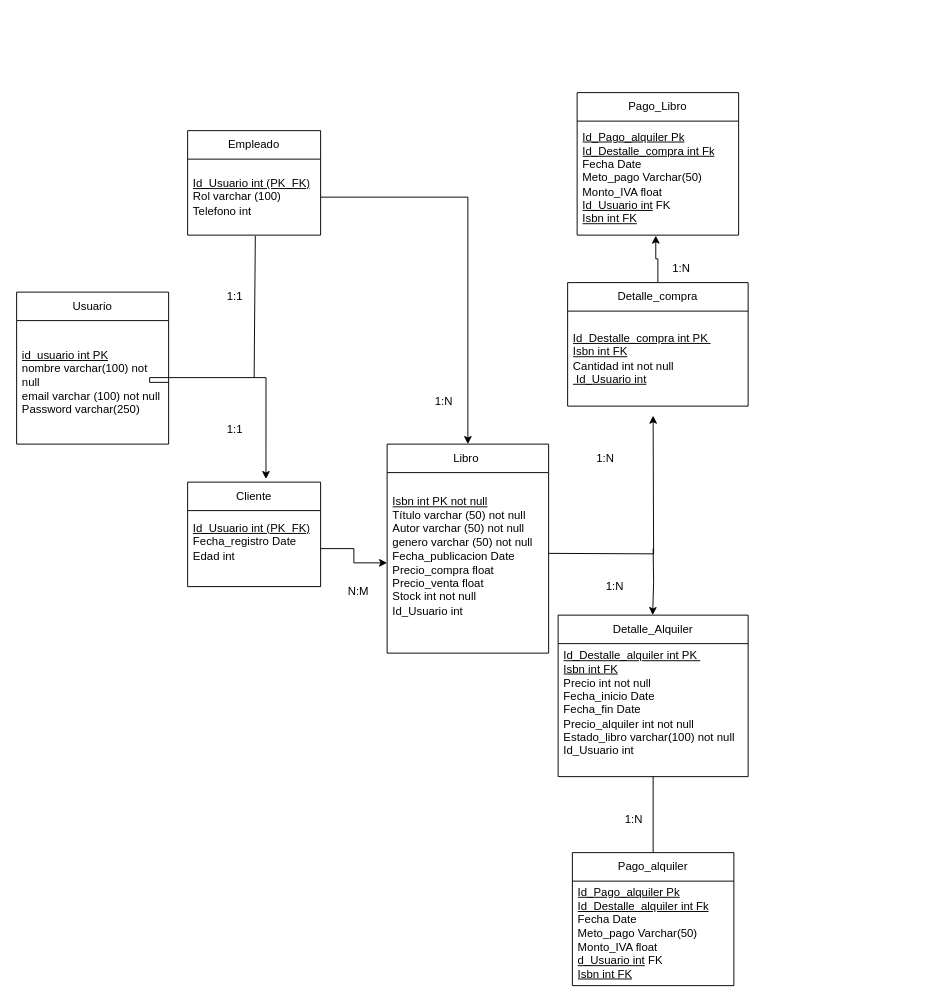
This is Bases de Datos/Diagrama- Modelo relacional .drawio from UserUnknown27/ProyectoFinDeCursoGrupo5, a draw.io file, before an edit. Source tidied: cells renumbered, new cells numbered last; positions are measured from the earlier drawing's top-left corner, leaving out a move shared by most shapes. Both pictures are drawn from the tidied source at 95%, with x=0, y=0 at pixel (16, 92).
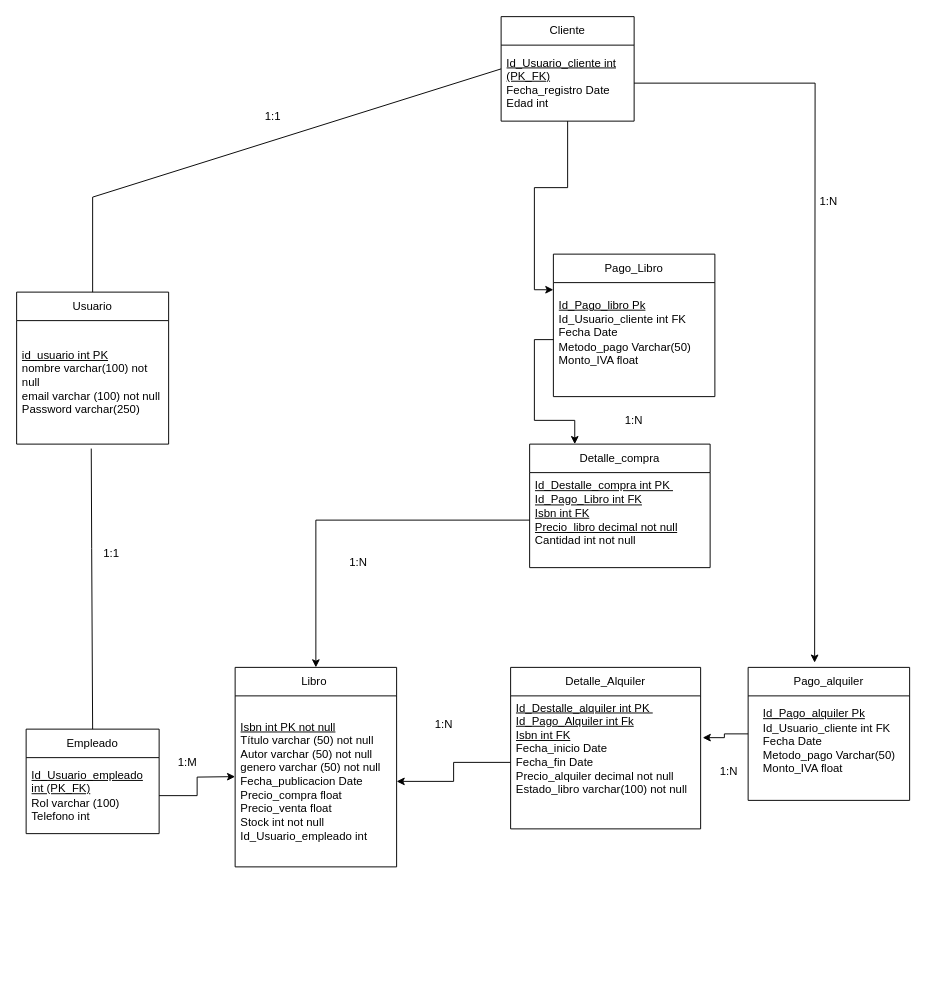
The same diagram, later.

Commit message:
Modelo Relacional listo. He realizado unos cambios, y creo que esta perfecto :)

The change refers to these unchanged cells:
```xml
<mxCell id="2" value="Usuario" style="swimlane;fontStyle=0;horizontal=1;startSize=30;whiteSpace=wrap;html=1;" parent="1" vertex="1">
  <mxGeometry y="210" width="160" height="160" as="geometry" />
</mxCell>
<mxCell id="3" value="&lt;u&gt;id_usuario int PK&lt;/u&gt;&lt;div&gt;&lt;div&gt;nombre varchar(100) not null&lt;/div&gt;&lt;div&gt;email varchar (100) not null&lt;/div&gt;&lt;div&gt;Password varchar(250)&lt;/div&gt;&lt;/div&gt;" style="text;strokeColor=none;fillColor=none;align=left;verticalAlign=middle;spacingLeft=4;spacingRight=4;overflow=hidden;points=[[0,0.5],[1,0.5]];portConstraint=eastwest;whiteSpace=wrap;html=1;" parent="2" vertex="1">
  <mxGeometry y="30" width="160" height="130" as="geometry" />
</mxCell>
```

Diff of the diagram source:
```diff
@@
+    <mxCell id="34" style="edgeStyle=orthogonalEdgeStyle;rounded=0;jettySize=auto;html=1;entryX=0;entryY=0.25;entryDx=0;entryDy=0;exitX=0.5;exitY=1;exitDx=0;exitDy=0;" parent="1" edge="1" source="4" target="21">
+      <mxGeometry relative="1" as="geometry" />
+    </mxCell>
-    <mxCell id="4" value="Empleado" style="swimlane;fontStyle=0;horizontal=1;startSize=30;whiteSpace=wrap;html=1;" parent="1" vertex="1">
-      <mxGeometry x="180" y="40" width="140" height="110" as="geometry" />
+    <mxCell id="4" value="Cliente" style="swimlane;fontStyle=0;horizontal=1;startSize=30;whiteSpace=wrap;html=1;" parent="1" vertex="1">
+      <mxGeometry x="510" y="-80" width="140" height="110" as="geometry" />
     </mxCell>
-    <mxCell id="5" value="&lt;u&gt;Id_Usuario int (PK_FK)&lt;/u&gt;&lt;div&gt;Rol varchar (100)&lt;/div&gt;&lt;div&gt;Telefono int&amp;nbsp;&lt;/div&gt;" style="text;strokeColor=none;fillColor=none;align=left;verticalAlign=middle;spacingLeft=4;spacingRight=4;overflow=hidden;points=[[0,0.5],[1,0.5]];portConstraint=eastwest;whiteSpace=wrap;html=1;" parent="4" vertex="1">
+    <mxCell id="5" value="&lt;div&gt;&lt;u style=&quot;background-color: transparent; color: light-dark(rgb(0, 0, 0), rgb(255, 255, 255));&quot;&gt;Id_Usuario_cliente int (PK_FK)&lt;/u&gt;&lt;/div&gt;&lt;div&gt;&lt;div&gt;&lt;div&gt;Fecha_registro Date&amp;nbsp;&lt;/div&gt;&lt;div&gt;Edad int&amp;nbsp;&lt;/div&gt;&lt;/div&gt;&lt;/div&gt;" style="text;strokeColor=none;fillColor=none;align=left;verticalAlign=middle;spacingLeft=4;spacingRight=4;overflow=hidden;points=[[0,0.5],[1,0.5]];portConstraint=eastwest;whiteSpace=wrap;html=1;" parent="4" vertex="1">
       <mxGeometry y="30" width="140" height="80" as="geometry" />
     </mxCell>
-    <mxCell id="6" value="Cliente" style="swimlane;fontStyle=0;horizontal=1;startSize=30;whiteSpace=wrap;html=1;" parent="1" vertex="1">
-      <mxGeometry x="180" y="410" width="140" height="110" as="geometry" />
+    <mxCell id="6" value="Empleado" style="swimlane;fontStyle=0;horizontal=1;startSize=30;whiteSpace=wrap;html=1;" parent="1" vertex="1">
+      <mxGeometry x="10" y="670" width="140" height="110" as="geometry" />
     </mxCell>
-    <mxCell id="7" value="&lt;u&gt;Id_Usuario int (PK_FK)&lt;/u&gt;&lt;div&gt;&lt;div&gt;Fecha_registro Date&amp;nbsp;&lt;/div&gt;&lt;div&gt;Edad int&amp;nbsp;&lt;/div&gt;&lt;div&gt;&lt;br&gt;&lt;/div&gt;&lt;/div&gt;" style="text;strokeColor=none;fillColor=none;align=left;verticalAlign=middle;spacingLeft=4;spacingRight=4;overflow=hidden;points=[[0,0.5],[1,0.5]];portConstraint=eastwest;whiteSpace=wrap;html=1;" parent="6" vertex="1">
-      <mxGeometry y="30" width="140" height="80" as="geometry" />
-    </mxCell>
-    <mxCell id="8" style="edgeStyle=orthogonalEdgeStyle;rounded=0;jettySize=auto;html=1;exitX=1;exitY=0.5;exitDx=0;exitDy=0;entryX=0.5;entryY=0;entryDx=0;entryDy=0;" parent="1" edge="1" source="5" target="10">
-      <mxGeometry relative="1" as="geometry" />
-    </mxCell>
-    <mxCell id="9" style="edgeStyle=orthogonalEdgeStyle;rounded=0;jettySize=auto;html=1;exitX=1;exitY=0.5;exitDx=0;exitDy=0;entryX=0;entryY=0.5;entryDx=0;entryDy=0;" parent="1" edge="1" source="7" target="11">
-      <mxGeometry relative="1" as="geometry" />
+    <mxCell id="9" style="edgeStyle=orthogonalEdgeStyle;rounded=0;jettySize=auto;html=1;exitX=1;exitY=0.5;exitDx=0;exitDy=0;" parent="1" edge="1" source="7">
+      <mxGeometry relative="1" as="geometry">
+        <mxPoint x="230" y="720" as="targetPoint" />
+      </mxGeometry>
     </mxCell>
     <mxCell id="10" value="Libro&amp;nbsp;" style="swimlane;fontStyle=0;horizontal=1;startSize=30;whiteSpace=wrap;html=1;" parent="1" vertex="1">
-      <mxGeometry x="390" y="370" width="170" height="220" as="geometry" />
+      <mxGeometry x="230" y="605" width="170" height="210" as="geometry" />
     </mxCell>
-    <mxCell id="11" value="&lt;div&gt;&lt;u&gt;&lt;br&gt;&lt;/u&gt;&lt;/div&gt;&lt;u&gt;Isbn int PK not null&lt;/u&gt;&lt;div&gt;Título varchar (50) not null&lt;/div&gt;&lt;div&gt;Autor&amp;nbsp;&lt;span style=&quot;background-color: transparent; color: light-dark(rgb(0, 0, 0), rgb(255, 255, 255));&quot;&gt;varchar (50) not null&lt;/span&gt;&lt;/div&gt;&lt;div&gt;&lt;span style=&quot;background-color: transparent; color: light-dark(rgb(0, 0, 0), rgb(255, 255, 255));&quot;&gt;genero&amp;nbsp;&lt;/span&gt;&lt;span style=&quot;background-color: transparent; color: light-dark(rgb(0, 0, 0), rgb(255, 255, 255));&quot;&gt;varchar (50) not null&lt;/span&gt;&lt;/div&gt;&lt;div&gt;&lt;span style=&quot;background-color: transparent; color: light-dark(rgb(0, 0, 0), rgb(255, 255, 255));&quot;&gt;Fecha_publicacion Date&amp;nbsp;&lt;/span&gt;&lt;/div&gt;&lt;div&gt;&lt;span style=&quot;background-color: transparent; color: light-dark(rgb(0, 0, 0), rgb(255, 255, 255));&quot;&gt;Precio_compra float&lt;/span&gt;&lt;/div&gt;&lt;div&gt;&lt;span style=&quot;background-color: transparent; color: light-dark(rgb(0, 0, 0), rgb(255, 255, 255));&quot;&gt;Precio_venta float&lt;/span&gt;&lt;/div&gt;&lt;div&gt;&lt;span style=&quot;background-color: transparent; color: light-dark(rgb(0, 0, 0), rgb(255, 255, 255));&quot;&gt;Stock int not null&lt;/span&gt;&lt;/div&gt;&lt;div&gt;Id_Usuario int&amp;nbsp;&lt;/div&gt;&lt;div&gt;&lt;span style=&quot;background-color: transparent; color: light-dark(rgb(0, 0, 0), rgb(255, 255, 255));&quot;&gt;&lt;br&gt;&lt;/span&gt;&lt;/div&gt;&lt;div&gt;&lt;span style=&quot;background-color: transparent; color: light-dark(rgb(0, 0, 0), rgb(255, 255, 255));&quot;&gt;&lt;br&gt;&lt;/span&gt;&lt;/div&gt;" style="text;strokeColor=none;fillColor=none;align=left;verticalAlign=middle;spacingLeft=4;spacingRight=4;overflow=hidden;points=[[0,0.5],[1,0.5]];portConstraint=eastwest;whiteSpace=wrap;html=1;" parent="10" vertex="1">
-      <mxGeometry y="30" width="170" height="190" as="geometry" />
+    <mxCell id="11" value="&lt;div&gt;&lt;u&gt;&lt;br&gt;&lt;/u&gt;&lt;/div&gt;&lt;u&gt;Isbn int PK not null&lt;/u&gt;&lt;div&gt;Título varchar (50) not null&lt;/div&gt;&lt;div&gt;Autor&amp;nbsp;&lt;span style=&quot;background-color: transparent; color: light-dark(rgb(0, 0, 0), rgb(255, 255, 255));&quot;&gt;varchar (50) not null&lt;/span&gt;&lt;/div&gt;&lt;div&gt;&lt;span style=&quot;background-color: transparent; color: light-dark(rgb(0, 0, 0), rgb(255, 255, 255));&quot;&gt;genero&amp;nbsp;&lt;/span&gt;&lt;span style=&quot;background-color: transparent; color: light-dark(rgb(0, 0, 0), rgb(255, 255, 255));&quot;&gt;varchar (50) not null&lt;/span&gt;&lt;/div&gt;&lt;div&gt;&lt;span style=&quot;background-color: transparent; color: light-dark(rgb(0, 0, 0), rgb(255, 255, 255));&quot;&gt;Fecha_publicacion Date&amp;nbsp;&lt;/span&gt;&lt;/div&gt;&lt;div&gt;&lt;span style=&quot;background-color: transparent; color: light-dark(rgb(0, 0, 0), rgb(255, 255, 255));&quot;&gt;Precio_compra float&lt;/span&gt;&lt;/div&gt;&lt;div&gt;&lt;span style=&quot;background-color: transparent; color: light-dark(rgb(0, 0, 0), rgb(255, 255, 255));&quot;&gt;Precio_venta float&lt;/span&gt;&lt;/div&gt;&lt;div&gt;&lt;span style=&quot;background-color: transparent; color: light-dark(rgb(0, 0, 0), rgb(255, 255, 255));&quot;&gt;Stock int not null&lt;/span&gt;&lt;/div&gt;&lt;div&gt;Id_Usuario_empleado int&lt;/div&gt;&lt;div&gt;&amp;nbsp;&lt;/div&gt;" style="text;strokeColor=none;fillColor=none;align=left;verticalAlign=middle;spacingLeft=4;spacingRight=4;overflow=hidden;points=[[0,0.5],[1,0.5]];portConstraint=eastwest;whiteSpace=wrap;html=1;" parent="10" vertex="1">
+      <mxGeometry y="30" width="170" height="180" as="geometry" />
     </mxCell>
-    <mxCell id="12" style="edgeStyle=orthogonalEdgeStyle;rounded=0;orthogonalLoop=1;jettySize=auto;html=1;" parent="1" edge="1">
-      <mxGeometry relative="1" as="geometry">
-        <mxPoint x="670" y="480" as="sourcePoint" />
-        <mxPoint x="669.5" y="550" as="targetPoint" />
-      </mxGeometry>
-    </mxCell>
-    <mxCell id="13" style="edgeStyle=orthogonalEdgeStyle;rounded=0;orthogonalLoop=1;jettySize=auto;html=1;exitX=1;exitY=0.5;exitDx=0;exitDy=0;" parent="1" edge="1">
-      <mxGeometry relative="1" as="geometry">
-        <mxPoint x="560" y="485" as="sourcePoint" />
-        <mxPoint x="670" y="340" as="targetPoint" />
-      </mxGeometry>
-    </mxCell>
     <mxCell id="14" value="Detalle_compra" style="swimlane;fontStyle=0;horizontal=1;startSize=30;whiteSpace=wrap;html=1;" parent="1" vertex="1">
-      <mxGeometry x="580" y="200" width="190" height="130" as="geometry" />
+      <mxGeometry x="540" y="370" width="190" height="130" as="geometry" />
     </mxCell>
-    <mxCell id="15" value="&lt;u&gt;Id_Destalle_compra int PK&amp;nbsp;&lt;/u&gt;&lt;div&gt;&lt;u&gt;Isbn int FK&lt;/u&gt;&lt;/div&gt;&lt;div&gt;Cantidad int not null&amp;nbsp;&lt;/div&gt;&lt;div&gt;&lt;u&gt;&amp;nbsp;&lt;/u&gt;&lt;span style=&quot;background-color: transparent; color: light-dark(rgb(0, 0, 0), rgb(255, 255, 255));&quot;&gt;&lt;u&gt;Id_Usuario int&lt;/u&gt;&amp;nbsp;&lt;/span&gt;&lt;/div&gt;" style="text;strokeColor=none;fillColor=none;align=left;verticalAlign=middle;spacingLeft=4;spacingRight=4;overflow=hidden;points=[[0,0.5],[1,0.5]];portConstraint=eastwest;whiteSpace=wrap;html=1;" parent="14" vertex="1">
+    <mxCell id="15" value="&lt;u&gt;Id_Destalle_compra int PK&amp;nbsp;&lt;/u&gt;&lt;div&gt;&lt;u&gt;Id_Pago_Libro int FK&lt;/u&gt;&lt;/div&gt;&lt;div&gt;&lt;u&gt;Isbn int FK&lt;/u&gt;&lt;/div&gt;&lt;div&gt;&lt;u&gt;Precio_libro decimal not null&lt;/u&gt;&lt;/div&gt;&lt;div&gt;Cantidad int not null&amp;nbsp;&lt;/div&gt;&lt;div&gt;&lt;span style=&quot;background-color: transparent; color: light-dark(rgb(0, 0, 0), rgb(255, 255, 255));&quot;&gt;&lt;br&gt;&lt;/span&gt;&lt;/div&gt;" style="text;strokeColor=none;fillColor=none;align=left;verticalAlign=middle;spacingLeft=4;spacingRight=4;overflow=hidden;points=[[0,0.5],[1,0.5]];portConstraint=eastwest;whiteSpace=wrap;html=1;" parent="14" vertex="1">
       <mxGeometry y="30" width="190" height="100" as="geometry" />
     </mxCell>
     <mxCell id="16" value="Detalle_Alquiler" style="swimlane;fontStyle=0;horizontal=1;startSize=30;whiteSpace=wrap;html=1;" parent="1" vertex="1">
-      <mxGeometry x="570" y="550" width="200" height="170" as="geometry" />
+      <mxGeometry x="520" y="605" width="200" height="170" as="geometry" />
     </mxCell>
-    <mxCell id="17" value="&lt;u&gt;Id_Destalle_alquiler int PK&amp;nbsp;&lt;/u&gt;&lt;div&gt;&lt;u&gt;Isbn int FK&lt;/u&gt;&lt;/div&gt;&lt;div&gt;Precio int not null&lt;/div&gt;&lt;div&gt;Fecha_inicio Date&lt;/div&gt;&lt;div&gt;Fecha_fin Date&lt;/div&gt;&lt;div&gt;Precio_alquiler int not null&lt;/div&gt;&lt;div&gt;Estado_libro varchar(100) not null&lt;/div&gt;&lt;div&gt;&lt;span style=&quot;background-color: transparent; color: light-dark(rgb(0, 0, 0), rgb(255, 255, 255));&quot;&gt;Id_Usuario int&amp;nbsp;&lt;/span&gt;&lt;/div&gt;&lt;div&gt;&amp;nbsp;&lt;/div&gt;" style="text;strokeColor=none;fillColor=none;align=left;verticalAlign=middle;spacingLeft=4;spacingRight=4;overflow=hidden;points=[[0,0.5],[1,0.5]];portConstraint=eastwest;whiteSpace=wrap;html=1;" parent="16" vertex="1">
+    <mxCell id="17" value="&lt;u&gt;Id_Destalle_alquiler int PK&amp;nbsp;&lt;/u&gt;&lt;div&gt;&lt;u&gt;Id_Pago_Alquiler int Fk&lt;/u&gt;&lt;u&gt;&lt;br&gt;&lt;/u&gt;&lt;div&gt;&lt;u&gt;Isbn int FK&lt;/u&gt;&lt;/div&gt;&lt;div&gt;Fecha_inicio Date&lt;/div&gt;&lt;div&gt;Fecha_fin Date&lt;/div&gt;&lt;div&gt;Precio_alquiler decimal not null&lt;/div&gt;&lt;div&gt;Estado_libro varchar(100) not null&lt;/div&gt;&lt;div&gt;&lt;br&gt;&lt;/div&gt;&lt;div&gt;&amp;nbsp;&lt;/div&gt;&lt;/div&gt;" style="text;strokeColor=none;fillColor=none;align=left;verticalAlign=middle;spacingLeft=4;spacingRight=4;overflow=hidden;points=[[0,0.5],[1,0.5]];portConstraint=eastwest;whiteSpace=wrap;html=1;" parent="16" vertex="1">
       <mxGeometry y="30" width="200" height="140" as="geometry" />
     </mxCell>
     <mxCell id="18" value="Pago_alquiler" style="swimlane;fontStyle=0;horizontal=1;startSize=30;whiteSpace=wrap;html=1;" parent="1" vertex="1">
-      <mxGeometry x="585" y="800" width="170" height="140" as="geometry" />
+      <mxGeometry x="770" y="605" width="170" height="140" as="geometry" />
     </mxCell>
-    <mxCell id="19" value="&lt;u&gt;Id_Pago_alquiler Pk&lt;/u&gt;&lt;div&gt;&lt;u&gt;Id_Destalle_alquiler int Fk&lt;/u&gt;&lt;span style=&quot;background-color: transparent; color: light-dark(rgb(0, 0, 0), rgb(255, 255, 255));&quot;&gt;&lt;/span&gt;&lt;/div&gt;&lt;div&gt;&lt;span style=&quot;background-color: transparent; color: light-dark(rgb(0, 0, 0), rgb(255, 255, 255));&quot;&gt;Fecha Date&lt;/span&gt;&lt;div&gt;Meto_pago Varchar(50)&lt;/div&gt;&lt;div&gt;Monto_IVA float&lt;/div&gt;&lt;/div&gt;&lt;div&gt;&lt;div&gt;&lt;u&gt;d_Usuario int&lt;/u&gt;&amp;nbsp;FK&lt;/div&gt;&lt;div&gt;&lt;u&gt;Isbn int FK&lt;/u&gt;&lt;/div&gt;&lt;/div&gt;" style="text;strokeColor=none;fillColor=none;align=left;verticalAlign=middle;spacingLeft=4;spacingRight=4;overflow=hidden;whiteSpace=wrap;html=1;" parent="18" vertex="1">
-      <mxGeometry y="30" width="170" height="110" as="geometry" />
-    </mxCell>
-    <mxCell id="20" style="endArrow=none;html=1;rounded=0;exitX=0.5;exitY=0;exitDx=0;exitDy=0;" parent="1" edge="1" source="18" target="17">
-      <mxGeometry relative="1" as="geometry" />
-    </mxCell>
     <mxCell id="21" value="Pago_Libro" style="swimlane;fontStyle=0;horizontal=1;startSize=30;whiteSpace=wrap;html=1;" parent="1" vertex="1">
-      <mxGeometry x="590" width="170" height="150" as="geometry" />
+      <mxGeometry x="565" y="170" width="170" height="150" as="geometry" />
     </mxCell>
-    <mxCell id="22" value="&lt;u&gt;Id_Pago_alquiler Pk&lt;/u&gt;&lt;div&gt;&lt;u&gt;Id_Destalle_compra int Fk&lt;/u&gt;&lt;span style=&quot;background-color: transparent; color: light-dark(rgb(0, 0, 0), rgb(255, 255, 255));&quot;&gt;&lt;/span&gt;&lt;/div&gt;&lt;div&gt;&lt;span style=&quot;background-color: transparent; color: light-dark(rgb(0, 0, 0), rgb(255, 255, 255));&quot;&gt;Fecha Date&lt;/span&gt;&lt;div&gt;Meto_pago Varchar(50)&lt;/div&gt;&lt;div&gt;Monto_IVA float&lt;/div&gt;&lt;/div&gt;&lt;div&gt;&lt;u&gt;Id_Usuario int&lt;/u&gt;&amp;nbsp;FK&lt;/div&gt;&lt;div&gt;&lt;u&gt;Isbn int FK&lt;/u&gt;&lt;/div&gt;" style="text;strokeColor=none;fillColor=none;align=left;verticalAlign=middle;spacingLeft=4;spacingRight=4;overflow=hidden;points=[[0,0.5],[1,0.5]];portConstraint=eastwest;whiteSpace=wrap;html=1;" parent="21" vertex="1">
+    <mxCell id="22" value="&lt;u&gt;Id_Pago_libro Pk&lt;/u&gt;&lt;div&gt;&lt;div&gt;&lt;span style=&quot;background-color: transparent; color: light-dark(rgb(0, 0, 0), rgb(255, 255, 255));&quot;&gt;Id_Usuario_cliente int FK&lt;/span&gt;&lt;/div&gt;&lt;/div&gt;&lt;div&gt;&lt;span style=&quot;background-color: transparent; color: light-dark(rgb(0, 0, 0), rgb(255, 255, 255));&quot;&gt;Fecha Date&lt;/span&gt;&lt;div&gt;Metodo_pago Varchar(50)&lt;/div&gt;&lt;div&gt;Monto_IVA float&lt;/div&gt;&lt;/div&gt;&lt;div&gt;&lt;br&gt;&lt;/div&gt;" style="text;strokeColor=none;fillColor=none;align=left;verticalAlign=middle;spacingLeft=4;spacingRight=4;overflow=hidden;points=[[0,0.5],[1,0.5]];portConstraint=eastwest;whiteSpace=wrap;html=1;" parent="21" vertex="1">
       <mxGeometry y="30" width="170" height="120" as="geometry" />
     </mxCell>
-    <mxCell id="23" style="edgeStyle=orthogonalEdgeStyle;rounded=0;jettySize=auto;html=1;exitX=0.5;exitY=0;exitDx=0;exitDy=0;entryX=0.487;entryY=1.004;entryDx=0;entryDy=0;entryPerimeter=0;" parent="1" edge="1" source="14" target="22">
-      <mxGeometry relative="1" as="geometry" />
-    </mxCell>
-    <mxCell id="24" style="edgeStyle=orthogonalEdgeStyle;rounded=0;jettySize=auto;html=1;exitX=1;exitY=0.5;exitDx=0;exitDy=0;entryX=0.589;entryY=-0.029;entryDx=0;entryDy=0;entryPerimeter=0;" parent="1" edge="1" source="3" target="6">
-      <mxGeometry relative="1" as="geometry">
-        <Array as="points">
-          <mxPoint x="140" y="300" />
-          <mxPoint x="263" y="300" />
-        </Array>
-      </mxGeometry>
-    </mxCell>
-    <mxCell id="25" style="endArrow=none;html=1;rounded=0;entryX=0.509;entryY=1.01;entryDx=0;entryDy=0;entryPerimeter=0;" parent="1" edge="1" target="5">
+    <mxCell id="25" style="endArrow=none;html=1;rounded=0;entryX=0;entryY=0.5;entryDx=0;entryDy=0;exitX=0.5;exitY=0;exitDx=0;exitDy=0;" parent="1" edge="1" source="2" target="4">
       <mxGeometry relative="1" as="geometry">
-        <mxPoint x="250" y="300" as="sourcePoint" />
+        <Array as="points">
+          <mxPoint x="80" y="110" />
+        </Array>
       </mxGeometry>
     </mxCell>
     <mxCell id="26" value="1:N" style="text;html=1;whiteSpace=wrap;strokeColor=none;fillColor=none;align=center;verticalAlign=middle;rounded=0;" parent="1" vertex="1">
-      <mxGeometry x="590" y="370" width="60" height="30" as="geometry" />
+      <mxGeometry x="330" y="480" width="60" height="30" as="geometry" />
     </mxCell>
     <mxCell id="27" value="1:N" style="text;html=1;whiteSpace=wrap;strokeColor=none;fillColor=none;align=center;verticalAlign=middle;rounded=0;" parent="1" vertex="1">
-      <mxGeometry x="600" y="505" width="60" height="30" as="geometry" />
+      <mxGeometry x="420" y="650" width="60" height="30" as="geometry" />
     </mxCell>
-    <mxCell id="28" value="1:1" style="text;html=1;whiteSpace=wrap;strokeColor=none;fillColor=none;align=center;verticalAlign=middle;rounded=0;" parent="1" vertex="1">
-      <mxGeometry x="200" y="200" width="60" height="30" as="geometry" />
-    </mxCell>
-    <mxCell id="29" value="1:1" style="text;html=1;whiteSpace=wrap;strokeColor=none;fillColor=none;align=center;verticalAlign=middle;rounded=0;" parent="1" vertex="1">
-      <mxGeometry x="200" y="340" width="60" height="30" as="geometry" />
-    </mxCell>
-    <mxCell id="30" value="1:N" style="text;html=1;whiteSpace=wrap;strokeColor=none;fillColor=none;align=center;verticalAlign=middle;rounded=0;" parent="1" vertex="1">
-      <mxGeometry x="420" y="310" width="60" height="30" as="geometry" />
-    </mxCell>
-    <mxCell id="31" value="N:M" style="text;html=1;whiteSpace=wrap;strokeColor=none;fillColor=none;align=center;verticalAlign=middle;rounded=0;" parent="1" vertex="1">
-      <mxGeometry x="330" y="510" width="60" height="30" as="geometry" />
-    </mxCell>
     <mxCell id="32" value="1:N" style="text;html=1;whiteSpace=wrap;strokeColor=none;fillColor=none;align=center;verticalAlign=middle;rounded=0;" parent="1" vertex="1">
-      <mxGeometry x="670" y="170" width="60" height="30" as="geometry" />
+      <mxGeometry x="620" y="330" width="60" height="30" as="geometry" />
     </mxCell>
     <mxCell id="33" value="1:N" style="text;html=1;whiteSpace=wrap;strokeColor=none;fillColor=none;align=center;verticalAlign=middle;rounded=0;" parent="1" vertex="1">
-      <mxGeometry x="620" y="750" width="60" height="30" as="geometry" />
+      <mxGeometry x="720" y="700" width="60" height="30" as="geometry" />
     </mxCell>
+    <mxCell id="24" style="endArrow=none;html=1;rounded=0;exitX=0.491;exitY=1.036;exitDx=0;exitDy=0;exitPerimeter=0;entryX=0.5;entryY=0;entryDx=0;entryDy=0;" parent="1" edge="1" source="3" target="6">
+      <mxGeometry relative="1" as="geometry">
+        <Array as="points">
+          <mxPoint x="79" y="480" />
+        </Array>
+      </mxGeometry>
+    </mxCell>
+    <mxCell id="35" value="1:M" style="text;html=1;whiteSpace=wrap;strokeColor=none;fillColor=none;align=center;verticalAlign=middle;rounded=0;" parent="1" vertex="1">
+      <mxGeometry x="150" y="690" width="60" height="30" as="geometry" />
+    </mxCell>
+    <mxCell id="36" style="edgeStyle=orthogonalEdgeStyle;rounded=0;jettySize=auto;html=1;exitX=0;exitY=0.5;exitDx=0;exitDy=0;entryX=0.25;entryY=0;entryDx=0;entryDy=0;" parent="1" edge="1" source="22" target="14">
+      <mxGeometry relative="1" as="geometry" />
+    </mxCell>
+    <mxCell id="37" value="1:1" style="text;html=1;whiteSpace=wrap;strokeColor=none;fillColor=none;align=center;verticalAlign=middle;rounded=0;" parent="1" vertex="1">
+      <mxGeometry x="240" y="10" width="60" height="30" as="geometry" />
+    </mxCell>
+    <mxCell id="7" value="&lt;div&gt;&lt;div&gt;&lt;u&gt;Id_Usuario_empleado int (PK_FK)&lt;/u&gt;&lt;div&gt;Rol varchar (100)&lt;/div&gt;&lt;div&gt;Telefono int&amp;nbsp;&lt;/div&gt;&lt;/div&gt;&lt;/div&gt;" style="text;strokeColor=none;fillColor=none;align=left;verticalAlign=middle;spacingLeft=4;spacingRight=4;overflow=hidden;points=[[0,0.5],[1,0.5]];portConstraint=eastwest;whiteSpace=wrap;html=1;" parent="1" vertex="1">
+      <mxGeometry x="10" y="700" width="140" height="80" as="geometry" />
+    </mxCell>
+    <mxCell id="19" value="&lt;u&gt;Id_Pago_alquiler Pk&lt;/u&gt;&lt;div&gt;&lt;div&gt;&lt;span style=&quot;background-color: transparent; color: light-dark(rgb(0, 0, 0), rgb(255, 255, 255));&quot;&gt;Id_Usuario_cliente int FK&lt;/span&gt;&lt;span style=&quot;background-color: transparent; color: light-dark(rgb(0, 0, 0), rgb(255, 255, 255));&quot;&gt;&amp;nbsp;&lt;/span&gt;&lt;/div&gt;&lt;div&gt;&lt;span style=&quot;background-color: transparent; color: light-dark(rgb(0, 0, 0), rgb(255, 255, 255));&quot;&gt;Fecha Date&lt;/span&gt;&lt;div&gt;Metodo_pago Varchar(50)&lt;/div&gt;&lt;div&gt;Monto_IVA float&lt;/div&gt;&lt;/div&gt;&lt;div&gt;&lt;br&gt;&lt;/div&gt;&lt;/div&gt;" style="text;strokeColor=none;fillColor=none;align=left;verticalAlign=middle;spacingLeft=4;spacingRight=4;overflow=hidden;whiteSpace=wrap;html=1;" parent="1" vertex="1">
+      <mxGeometry x="780" y="635" width="170" height="110" as="geometry" />
+    </mxCell>
+    <mxCell id="38" style="edgeStyle=orthogonalEdgeStyle;rounded=0;jettySize=auto;html=1;exitX=1;exitY=0.5;exitDx=0;exitDy=0;" parent="1" edge="1" source="5">
+      <mxGeometry relative="1" as="geometry">
+        <mxPoint x="840" y="600" as="targetPoint" />
+      </mxGeometry>
+    </mxCell>
+    <mxCell id="30" value="1:N" style="text;html=1;whiteSpace=wrap;strokeColor=none;fillColor=none;align=center;verticalAlign=middle;rounded=0;" parent="1" vertex="1">
+      <mxGeometry x="825" y="100" width="60" height="30" as="geometry" />
+    </mxCell>
+    <mxCell id="20" style="edgeStyle=orthogonalEdgeStyle;rounded=0;jettySize=auto;html=1;exitX=0;exitY=0.5;exitDx=0;exitDy=0;entryX=1.011;entryY=0.314;entryDx=0;entryDy=0;entryPerimeter=0;" parent="1" edge="1" source="18" target="17">
+      <mxGeometry relative="1" as="geometry" />
+    </mxCell>
+    <mxCell id="39" style="edgeStyle=orthogonalEdgeStyle;rounded=0;jettySize=auto;html=1;exitX=0;exitY=0.5;exitDx=0;exitDy=0;entryX=1;entryY=0.5;entryDx=0;entryDy=0;" parent="1" edge="1" source="17" target="11">
+      <mxGeometry relative="1" as="geometry" />
+    </mxCell>
+    <mxCell id="40" style="edgeStyle=orthogonalEdgeStyle;rounded=0;jettySize=auto;html=1;exitX=0;exitY=0.5;exitDx=0;exitDy=0;entryX=0.5;entryY=0;entryDx=0;entryDy=0;" parent="1" edge="1" source="15" target="10">
+      <mxGeometry relative="1" as="geometry" />
+    </mxCell>
+    <mxCell id="41" value="1:1" style="text;html=1;whiteSpace=wrap;strokeColor=none;fillColor=none;align=center;verticalAlign=middle;rounded=0;" parent="1" vertex="1">
+      <mxGeometry x="70" y="470" width="60" height="30" as="geometry" />
+    </mxCell>
```
